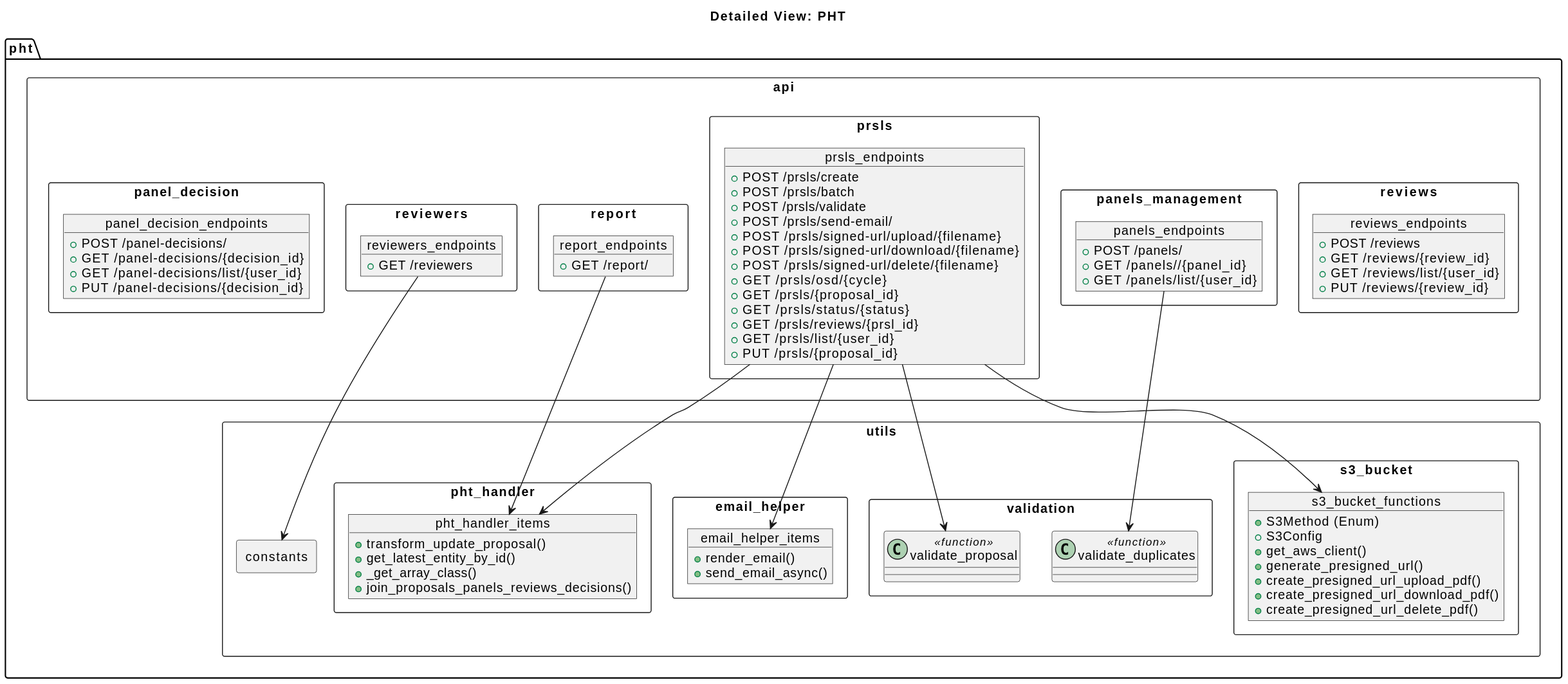
The PlantUML diagram docs/src/internal/diagrams/module_view_pht.svg in ska-telescope/ska-oso-services, before a commit.
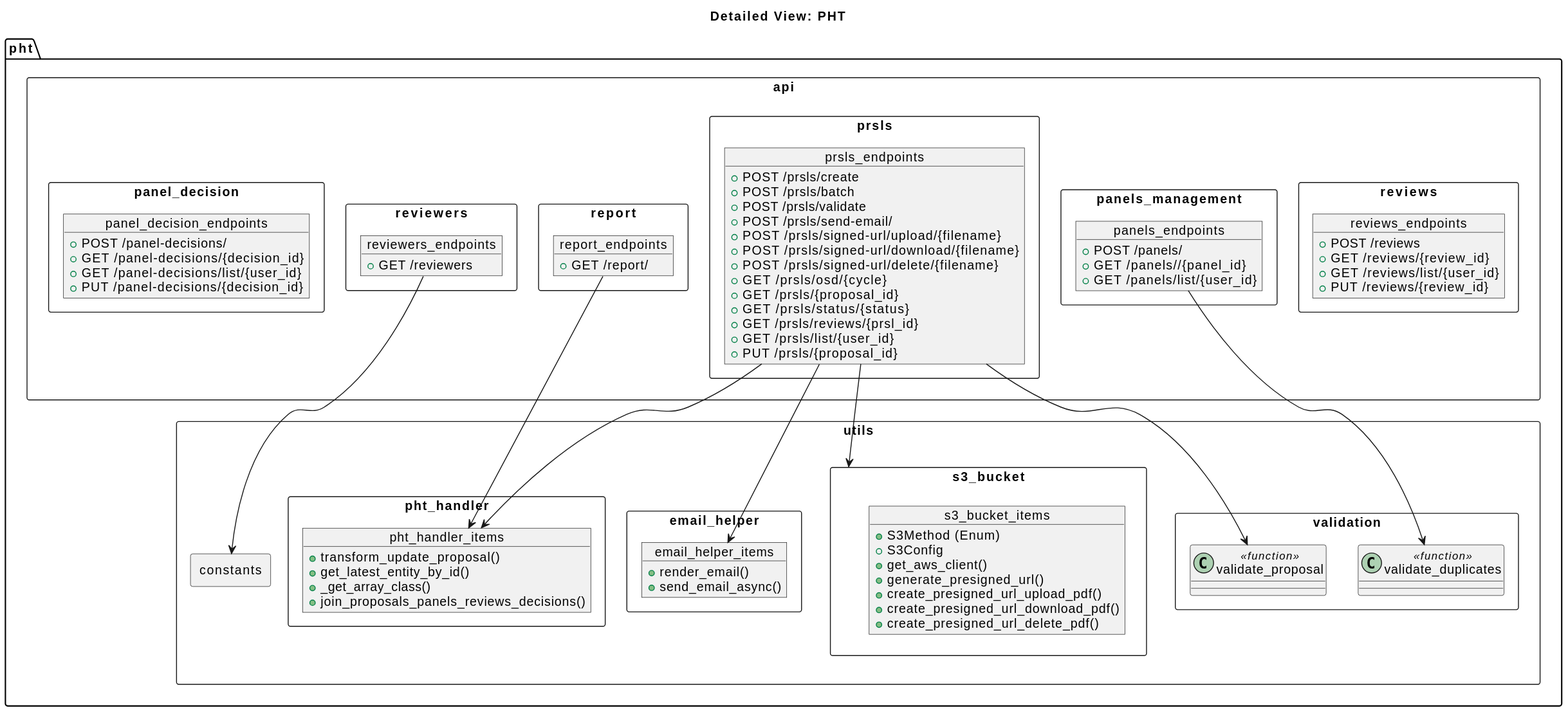
Above is the later version.

Commit message:
STAR-1524 - changes to diagrams

Change to the diagram source:
```diff
@@ -80,7 +80,7 @@
             }
         }
         package "s3_bucket" <<Rectangle>> {
-            object s3_bucket_functions {
+            object s3_bucket_items {
                 + S3Method (Enum)
                 + S3Config
                 + get_aws_client()
@@ -100,10 +100,10 @@
     }
 
     prsls_endpoints --> validate_proposal
+    prsls_endpoints --> s3_bucket
     prsls_endpoints --> email_helper_items
+    panels_endpoints --> validate_duplicates
     prsls_endpoints --> pht_handler_items
-    prsls_endpoints --> s3_bucket_functions
-    panels_endpoints --> validate_duplicates
     report_endpoints --> pht_handler_items
     reviewers_endpoints --> constants
 
```
